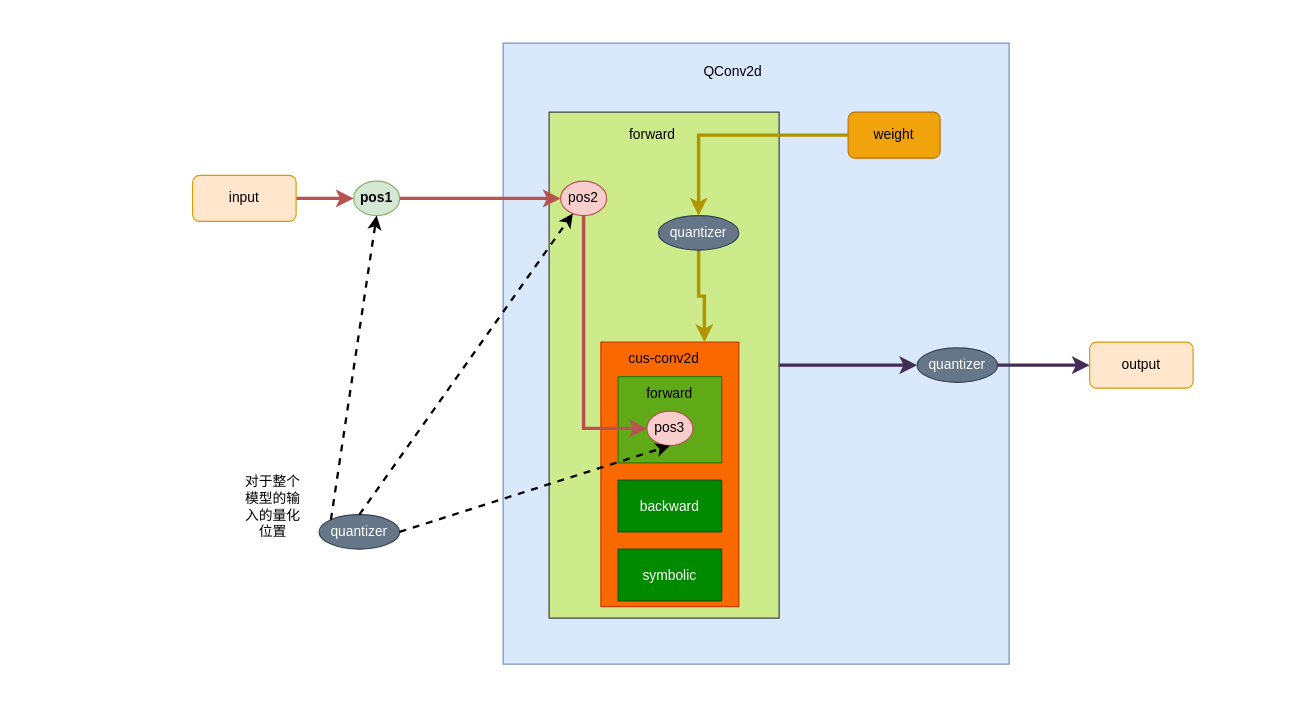
hbwx24/draw.io keeps this draw.io diagram as qat/Untitled Diagram.drawio. Above is the earlier version. Source tidied: cells renumbered, new cells numbered last; positions are measured from the earlier drawing's top-left corner, leaving out a move shared by most shapes. Both pictures are drawn from the tidied source at 115%, with x=0, y=0 at pixel (192, 43).
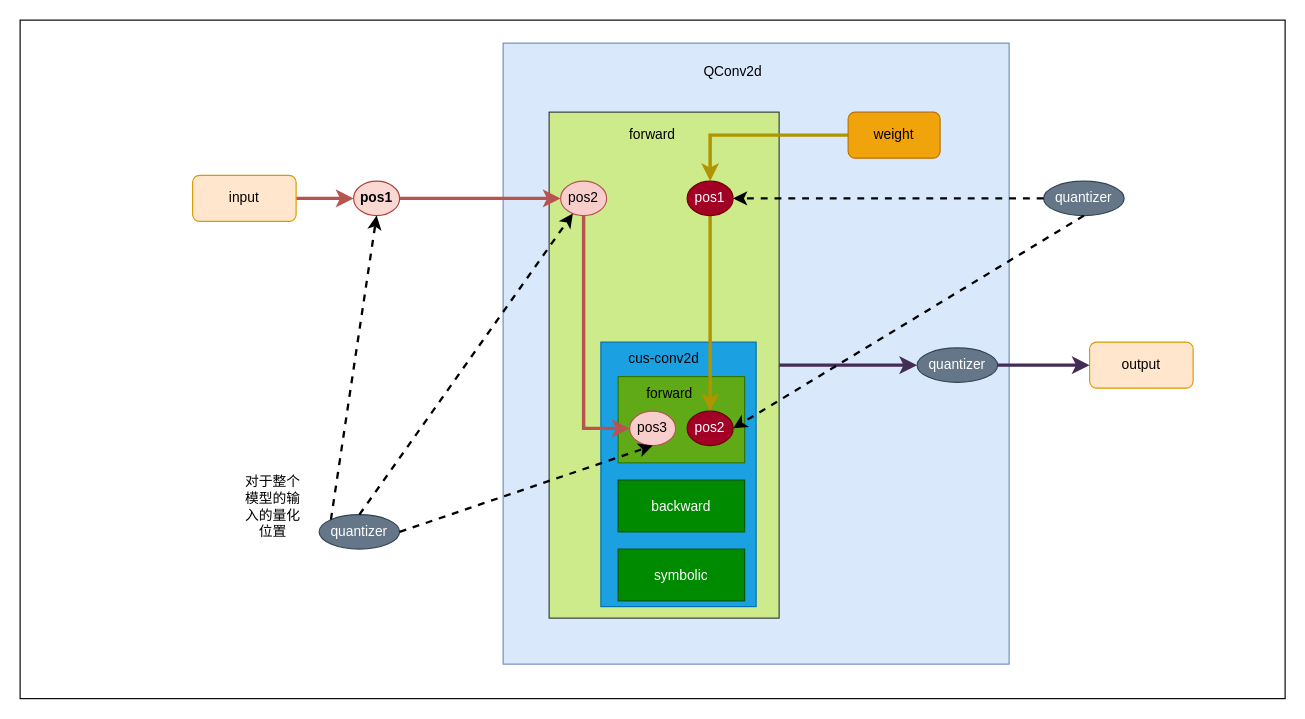
After the change.

Unchanged cells that the change refers to:
```xml
<mxCell id="16" value="weight" style="rounded=1;whiteSpace=wrap;html=1;fillColor=#f0a30a;fontColor=#000000;strokeColor=#BD7000;" parent="1" vertex="1">
  <mxGeometry x="570" y="60" width="80" height="40" as="geometry" />
</mxCell>
```

Change to the diagram source:
```diff
@@
+    <mxCell id="32" style="rounded=0;whiteSpace=wrap;html=1;" parent="1" vertex="1">
+      <mxGeometry x="-150" y="-20" width="1100" height="590" as="geometry" />
+    </mxCell>
@@
-    <mxCell id="5" style="rounded=0;whiteSpace=wrap;html=1;fillColor=#fa6800;fontColor=#000000;strokeColor=#C73500;" parent="1" vertex="1">
-      <mxGeometry x="355" y="260" width="120" height="230" as="geometry" />
+    <mxCell id="5" style="rounded=0;whiteSpace=wrap;html=1;fillColor=#1ba1e2;fontColor=#ffffff;strokeColor=#006EAF;" parent="1" vertex="1">
+      <mxGeometry x="355" y="260" width="135" height="230" as="geometry" />
     </mxCell>
     <mxCell id="6" style="rounded=0;whiteSpace=wrap;html=1;fillColor=#60a917;fontColor=#ffffff;strokeColor=#2D7600;" parent="1" vertex="1">
-      <mxGeometry x="370" y="290" width="90" height="75" as="geometry" />
+      <mxGeometry x="370" y="290" width="110" height="75" as="geometry" />
     </mxCell>
@@
-    <mxCell id="12" value="&lt;b&gt;pos1&lt;/b&gt;" style="ellipse;whiteSpace=wrap;html=1;fillColor=#d5e8d4;strokeColor=#82b366;" parent="1" vertex="1">
+    <mxCell id="12" value="&lt;b&gt;pos1&lt;/b&gt;" style="ellipse;whiteSpace=wrap;html=1;fillColor=#fad9d5;strokeColor=#ae4132;" parent="1" vertex="1">
       <mxGeometry x="140" y="120" width="40" height="30" as="geometry" />
     </mxCell>
@@
-    <mxCell id="15" style="edgeStyle=orthogonalEdgeStyle;rounded=0;jettySize=auto;html=1;entryX=0.5;entryY=0;entryDx=0;entryDy=0;fillColor=#e3c800;strokeColor=#B09500;strokeWidth=3;" parent="1" edge="1" source="16" target="25">
+    <mxCell id="15" style="edgeStyle=orthogonalEdgeStyle;rounded=0;jettySize=auto;html=1;entryX=0.5;entryY=0;entryDx=0;entryDy=0;fillColor=#e3c800;strokeColor=#B09500;strokeWidth=3;" parent="1" edge="1" source="16" target="34">
       <mxGeometry relative="1" as="geometry" />
     </mxCell>
@@
     <mxCell id="18" value="pos3" style="ellipse;whiteSpace=wrap;html=1;fillColor=#f8cecc;strokeColor=#b85450;" parent="1" vertex="1">
-      <mxGeometry x="395" y="320" width="40" height="30" as="geometry" />
+      <mxGeometry x="380" y="320" width="40" height="30" as="geometry" />
     </mxCell>
@@
     <mxCell id="20" value="backward" style="rounded=0;whiteSpace=wrap;html=1;fillColor=#008a00;strokeColor=#005700;fontColor=#ffffff;" parent="1" vertex="1">
-      <mxGeometry x="370" y="380" width="90" height="45" as="geometry" />
+      <mxGeometry x="370" y="380" width="110" height="45" as="geometry" />
     </mxCell>
@@
-    <mxCell id="24" style="edgeStyle=orthogonalEdgeStyle;rounded=0;jettySize=auto;html=1;strokeWidth=3;fillColor=#e3c800;strokeColor=#B09500;entryX=0.75;entryY=0;entryDx=0;entryDy=0;" parent="1" edge="1" source="25" target="5">
+    <mxCell id="24" style="edgeStyle=orthogonalEdgeStyle;rounded=0;jettySize=auto;html=1;strokeWidth=3;fillColor=#e3c800;strokeColor=#B09500;entryX=0.5;entryY=0;entryDx=0;entryDy=0;exitX=0.5;exitY=1;exitDx=0;exitDy=0;" parent="1" edge="1" source="34" target="33">
       <mxGeometry relative="1" as="geometry" />
     </mxCell>
-    <mxCell id="25" value="quantizer" style="ellipse;whiteSpace=wrap;html=1;fillColor=#647687;fontColor=#ffffff;strokeColor=#314354;" parent="1" vertex="1">
-      <mxGeometry x="405" y="150" width="70" height="30" as="geometry" />
-    </mxCell>
@@
     <mxCell id="27" value="symbolic" style="rounded=0;whiteSpace=wrap;html=1;fillColor=#008a00;strokeColor=#005700;fontColor=#ffffff;" parent="1" vertex="1">
-      <mxGeometry x="370" y="440" width="90" height="45" as="geometry" />
+      <mxGeometry x="370" y="440" width="110" height="45" as="geometry" />
     </mxCell>
@@
+    <mxCell id="33" value="pos2" style="ellipse;whiteSpace=wrap;html=1;fillColor=#a20025;strokeColor=#6F0000;fontColor=#ffffff;" parent="1" vertex="1">
+      <mxGeometry x="430" y="320" width="40" height="30" as="geometry" />
+    </mxCell>
+    <mxCell id="25" value="quantizer" style="ellipse;whiteSpace=wrap;html=1;fillColor=#647687;fontColor=#ffffff;strokeColor=#314354;" parent="1" vertex="1">
+      <mxGeometry x="740" y="120" width="70" height="30" as="geometry" />
+    </mxCell>
+    <mxCell id="34" value="pos1" style="ellipse;whiteSpace=wrap;html=1;fillColor=#a20025;strokeColor=#6F0000;fontColor=#ffffff;" parent="1" vertex="1">
+      <mxGeometry x="430" y="120" width="40" height="30" as="geometry" />
+    </mxCell>
+    <mxCell id="35" style="endArrow=classic;html=1;rounded=0;dashed=1;strokeWidth=2;exitX=0;exitY=0.5;exitDx=0;exitDy=0;" parent="1" edge="1" source="25" target="34">
+      <mxGeometry relative="1" as="geometry" />
+    </mxCell>
+    <mxCell id="36" style="endArrow=classic;html=1;rounded=0;dashed=1;strokeWidth=2;entryX=1;entryY=0.5;entryDx=0;entryDy=0;exitX=0.5;exitY=1;exitDx=0;exitDy=0;" parent="1" edge="1" source="25" target="33">
+      <mxGeometry relative="1" as="geometry" />
+    </mxCell>
```
